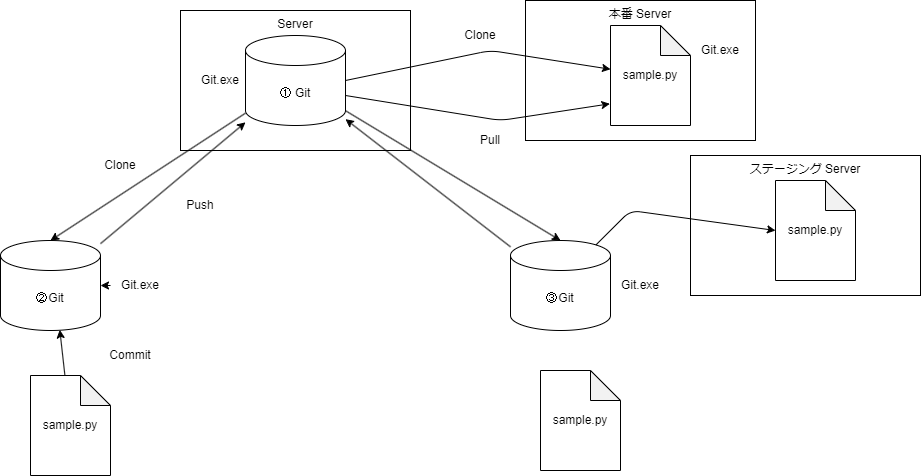
Codez-jp/2024 keeps this draw.io diagram as docs/git.drawio.png. Above is the earlier version. Source tidied: cells renumbered, new cells last; positions are measured from the earlier drawing's top-left corner, leaving out a move shared by most shapes.
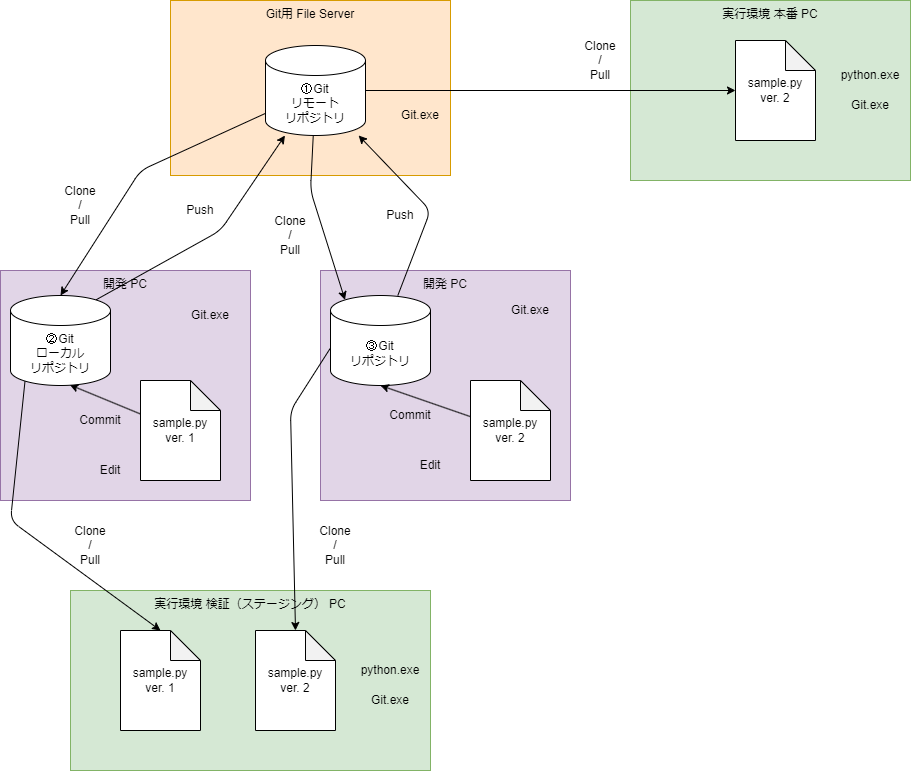
The same diagram one commit later.

Commit message:
mod fig of git work flow

What changed in the source:
```diff
@@ -2,101 +2,149 @@
   <root>
     <mxCell id="0" />
     <mxCell id="1" parent="0" />
+    <mxCell id="30" value="開発 PC" style="rounded=0;whiteSpace=wrap;html=1;verticalAlign=top;fillColor=#e1d5e7;strokeColor=#9673a6;" parent="1" vertex="1">
+      <mxGeometry x="300" y="305" width="250" height="230" as="geometry" />
+    </mxCell>
+    <mxCell id="31" value="開発 PC" style="rounded=0;whiteSpace=wrap;html=1;verticalAlign=top;fillColor=#e1d5e7;strokeColor=#9673a6;" parent="1" vertex="1">
+      <mxGeometry x="-20" y="305" width="250" height="230" as="geometry" />
+    </mxCell>
+    <mxCell id="27" value="実行環境 検証（ステージング） PC" style="rounded=0;whiteSpace=wrap;html=1;verticalAlign=top;fillColor=#d5e8d4;strokeColor=#82b366;" parent="1" vertex="1">
+      <mxGeometry x="50" y="625" width="360" height="180" as="geometry" />
+    </mxCell>
     <mxCell id="2" style="edgeStyle=none;html=1;entryX=0.593;entryY=0.993;entryDx=0;entryDy=0;entryPerimeter=0;" parent="1" edge="1" source="3" target="9">
       <mxGeometry relative="1" as="geometry" />
     </mxCell>
-    <mxCell id="3" value="sample.py" style="shape=note;whiteSpace=wrap;html=1;backgroundOutline=1;darkOpacity=0.05;" parent="1" vertex="1">
-      <mxGeometry x="30" y="375" width="80" height="100" as="geometry" />
+    <mxCell id="3" value="sample.py&lt;br&gt;ver. 1" style="shape=note;whiteSpace=wrap;html=1;backgroundOutline=1;darkOpacity=0.05;" parent="1" vertex="1">
+      <mxGeometry x="120" y="415" width="80" height="100" as="geometry" />
     </mxCell>
-    <mxCell id="4" value="Server" style="rounded=0;whiteSpace=wrap;html=1;verticalAlign=top;" parent="1" vertex="1">
-      <mxGeometry x="180" y="10" width="230" height="140" as="geometry" />
+    <mxCell id="4" value="Git用 File Server" style="rounded=0;whiteSpace=wrap;html=1;verticalAlign=top;fillColor=#ffe6cc;strokeColor=#d79b00;" parent="1" vertex="1">
+      <mxGeometry x="150" y="35" width="280" height="175" as="geometry" />
     </mxCell>
     <mxCell id="5" style="edgeStyle=none;html=1;entryX=0.5;entryY=0;entryDx=0;entryDy=0;entryPerimeter=0;" parent="1" edge="1" source="7" target="9">
-      <mxGeometry relative="1" as="geometry" />
+      <mxGeometry relative="1" as="geometry">
+        <Array as="points">
+          <mxPoint x="120" y="205" />
+        </Array>
+      </mxGeometry>
     </mxCell>
-    <mxCell id="6" style="edgeStyle=none;html=1;entryX=0.5;entryY=0;entryDx=0;entryDy=0;entryPerimeter=0;" parent="1" edge="1" source="7" target="11">
-      <mxGeometry relative="1" as="geometry" />
+    <mxCell id="6" style="edgeStyle=none;html=1;entryX=0.145;entryY=0;entryDx=0;entryDy=4.35;entryPerimeter=0;" parent="1" edge="1" source="7" target="11">
+      <mxGeometry relative="1" as="geometry">
+        <Array as="points">
+          <mxPoint x="290" y="225" />
+        </Array>
+      </mxGeometry>
     </mxCell>
-    <mxCell id="7" value="① Git" style="shape=cylinder3;whiteSpace=wrap;html=1;boundedLbl=1;backgroundOutline=1;size=15;" parent="1" vertex="1">
-      <mxGeometry x="245" y="35" width="100" height="90" as="geometry" />
+    <mxCell id="7" value="①Git&lt;br&gt;リモート&lt;br&gt;リポジトリ" style="shape=cylinder3;whiteSpace=wrap;html=1;boundedLbl=1;backgroundOutline=1;size=15;" parent="1" vertex="1">
+      <mxGeometry x="245" y="80" width="100" height="90" as="geometry" />
     </mxCell>
-    <mxCell id="8" style="edgeStyle=none;html=1;" parent="1" edge="1" source="9" target="7">
-      <mxGeometry relative="1" as="geometry" />
+    <mxCell id="8" style="edgeStyle=none;html=1;exitX=0.855;exitY=0;exitDx=0;exitDy=4.35;exitPerimeter=0;" parent="1" edge="1" source="9" target="7">
+      <mxGeometry relative="1" as="geometry">
+        <Array as="points">
+          <mxPoint x="200" y="265" />
+        </Array>
+      </mxGeometry>
     </mxCell>
-    <mxCell id="9" value="②Git" style="shape=cylinder3;whiteSpace=wrap;html=1;boundedLbl=1;backgroundOutline=1;size=15;" parent="1" vertex="1">
-      <mxGeometry y="240" width="100" height="90" as="geometry" />
+    <mxCell id="9" value="②Git&lt;br&gt;ローカル&lt;br&gt;リポジトリ" style="shape=cylinder3;whiteSpace=wrap;html=1;boundedLbl=1;backgroundOutline=1;size=15;" parent="1" vertex="1">
+      <mxGeometry x="-10" y="330" width="100" height="90" as="geometry" />
     </mxCell>
     <mxCell id="10" style="edgeStyle=none;html=1;" parent="1" edge="1" source="11" target="7">
-      <mxGeometry relative="1" as="geometry" />
+      <mxGeometry relative="1" as="geometry">
+        <Array as="points">
+          <mxPoint x="410" y="245" />
+        </Array>
+      </mxGeometry>
     </mxCell>
-    <mxCell id="11" value="③Git" style="shape=cylinder3;whiteSpace=wrap;html=1;boundedLbl=1;backgroundOutline=1;size=15;" parent="1" vertex="1">
-      <mxGeometry x="510" y="240" width="100" height="90" as="geometry" />
+    <mxCell id="11" value="③Git&lt;br&gt;リポジトリ" style="shape=cylinder3;whiteSpace=wrap;html=1;boundedLbl=1;backgroundOutline=1;size=15;" parent="1" vertex="1">
+      <mxGeometry x="310" y="330" width="100" height="90" as="geometry" />
     </mxCell>
+    <mxCell id="32" style="edgeStyle=none;html=1;entryX=0.5;entryY=1;entryDx=0;entryDy=0;entryPerimeter=0;" parent="1" edge="1" source="12" target="11">
+      <mxGeometry relative="1" as="geometry" />
+    </mxCell>
-    <mxCell id="12" value="sample.py" style="shape=note;whiteSpace=wrap;html=1;backgroundOutline=1;darkOpacity=0.05;" parent="1" vertex="1">
-      <mxGeometry x="540" y="370" width="80" height="100" as="geometry" />
+    <mxCell id="12" value="sample.py&lt;br&gt;ver. 2" style="shape=note;whiteSpace=wrap;html=1;backgroundOutline=1;darkOpacity=0.05;" parent="1" vertex="1">
+      <mxGeometry x="450" y="415" width="80" height="100" as="geometry" />
     </mxCell>
-    <mxCell id="13" value="本番 Server" style="rounded=0;whiteSpace=wrap;html=1;verticalAlign=top;" parent="1" vertex="1">
-      <mxGeometry x="525" width="230" height="140" as="geometry" />
+    <mxCell id="13" value="実行環境 本番 PC" style="rounded=0;whiteSpace=wrap;html=1;verticalAlign=top;fillColor=#d5e8d4;strokeColor=#82b366;" parent="1" vertex="1">
+      <mxGeometry x="610" y="35" width="280" height="180" as="geometry" />
     </mxCell>
-    <mxCell id="14" value="sample.py" style="shape=note;whiteSpace=wrap;html=1;backgroundOutline=1;darkOpacity=0.05;" parent="1" vertex="1">
-      <mxGeometry x="610" y="25" width="80" height="100" as="geometry" />
+    <mxCell id="14" value="sample.py&lt;br&gt;ver. 2" style="shape=note;whiteSpace=wrap;html=1;backgroundOutline=1;darkOpacity=0.05;" parent="1" vertex="1">
+      <mxGeometry x="715" y="75" width="80" height="100" as="geometry" />
     </mxCell>
-    <mxCell id="15" style="edgeStyle=none;html=1;" parent="1" edge="1" source="16" target="9">
-      <mxGeometry relative="1" as="geometry" />
-    </mxCell>
     <mxCell id="16" value="Git.exe" style="text;html=1;strokeColor=none;fillColor=none;align=center;verticalAlign=middle;whiteSpace=wrap;rounded=0;" parent="1" vertex="1">
-      <mxGeometry x="110" y="270" width="60" height="30" as="geometry" />
+      <mxGeometry x="160" y="335" width="60" height="30" as="geometry" />
     </mxCell>
     <mxCell id="17" value="Git.exe" style="text;html=1;strokeColor=none;fillColor=none;align=center;verticalAlign=middle;whiteSpace=wrap;rounded=0;" parent="1" vertex="1">
-      <mxGeometry x="610" y="270" width="60" height="30" as="geometry" />
+      <mxGeometry x="340" y="720" width="60" height="30" as="geometry" />
     </mxCell>
     <mxCell id="18" value="Git.exe" style="text;html=1;strokeColor=none;fillColor=none;align=center;verticalAlign=middle;whiteSpace=wrap;rounded=0;" parent="1" vertex="1">
-      <mxGeometry x="190" y="65" width="60" height="30" as="geometry" />
+      <mxGeometry x="370" y="135" width="60" height="30" as="geometry" />
     </mxCell>
-    <mxCell id="19" value="Clone" style="text;html=1;strokeColor=none;fillColor=none;align=center;verticalAlign=middle;whiteSpace=wrap;rounded=0;" parent="1" vertex="1">
-      <mxGeometry x="90" y="150" width="60" height="30" as="geometry" />
+    <mxCell id="19" value="Clone&lt;br&gt;/&lt;br&gt;Pull" style="text;html=1;strokeColor=none;fillColor=none;align=center;verticalAlign=middle;whiteSpace=wrap;rounded=0;" parent="1" vertex="1">
+      <mxGeometry x="30" y="225" width="60" height="30" as="geometry" />
     </mxCell>
     <mxCell id="20" value="Commit" style="text;html=1;strokeColor=none;fillColor=none;align=center;verticalAlign=middle;whiteSpace=wrap;rounded=0;" parent="1" vertex="1">
-      <mxGeometry x="100" y="340" width="60" height="30" as="geometry" />
+      <mxGeometry x="50" y="440" width="60" height="30" as="geometry" />
     </mxCell>
     <mxCell id="21" value="Push" style="text;html=1;strokeColor=none;fillColor=none;align=center;verticalAlign=middle;whiteSpace=wrap;rounded=0;" parent="1" vertex="1">
-      <mxGeometry x="170" y="190" width="60" height="30" as="geometry" />
+      <mxGeometry x="150" y="230" width="60" height="30" as="geometry" />
     </mxCell>
     <mxCell id="22" style="edgeStyle=none;html=1;exitX=1;exitY=0.5;exitDx=0;exitDy=0;exitPerimeter=0;" parent="1" edge="1" source="7" target="14">
-      <mxGeometry relative="1" as="geometry">
-        <Array as="points">
-          <mxPoint x="490" y="50" />
-        </Array>
-      </mxGeometry>
+      <mxGeometry relative="1" as="geometry" />
     </mxCell>
     <mxCell id="23" value="Git.exe" style="text;html=1;strokeColor=none;fillColor=none;align=center;verticalAlign=middle;whiteSpace=wrap;rounded=0;" parent="1" vertex="1">
-      <mxGeometry x="690" y="35" width="60" height="30" as="geometry" />
+      <mxGeometry x="820" y="125" width="60" height="30" as="geometry" />
     </mxCell>
-    <mxCell id="24" value="Clone" style="text;html=1;strokeColor=none;fillColor=none;align=center;verticalAlign=middle;whiteSpace=wrap;rounded=0;" parent="1" vertex="1">
-      <mxGeometry x="450" y="20" width="60" height="30" as="geometry" />
+    <mxCell id="24" value="Clone&lt;br&gt;/&lt;br&gt;Pull" style="text;html=1;strokeColor=none;fillColor=none;align=center;verticalAlign=middle;whiteSpace=wrap;rounded=0;" parent="1" vertex="1">
+      <mxGeometry x="550" y="80" width="60" height="30" as="geometry" />
     </mxCell>
-    <mxCell id="25" style="edgeStyle=none;html=1;exitX=1;exitY=0;exitDx=0;exitDy=60;exitPerimeter=0;entryX=-0.008;entryY=0.783;entryDx=0;entryDy=0;entryPerimeter=0;" parent="1" edge="1" source="7" target="14">
-      <mxGeometry relative="1" as="geometry">
-        <Array as="points">
-          <mxPoint x="500" y="120" />
-        </Array>
-      </mxGeometry>
-    </mxCell>
-    <mxCell id="26" value="Pull" style="text;html=1;strokeColor=none;fillColor=none;align=center;verticalAlign=middle;whiteSpace=wrap;rounded=0;" parent="1" vertex="1">
-      <mxGeometry x="460" y="125" width="60" height="30" as="geometry" />
-    </mxCell>
-    <mxCell id="27" value="ステージング Server" style="rounded=0;whiteSpace=wrap;html=1;verticalAlign=top;" parent="1" vertex="1">
-      <mxGeometry x="690" y="155" width="230" height="140" as="geometry" />
-    </mxCell>
-    <mxCell id="28" value="sample.py" style="shape=note;whiteSpace=wrap;html=1;backgroundOutline=1;darkOpacity=0.05;" parent="1" vertex="1">
-      <mxGeometry x="775" y="180" width="80" height="100" as="geometry" />
+    <mxCell id="28" value="sample.py&lt;br&gt;ver. 2" style="shape=note;whiteSpace=wrap;html=1;backgroundOutline=1;darkOpacity=0.05;" parent="1" vertex="1">
+      <mxGeometry x="235" y="665" width="80" height="100" as="geometry" />
     </mxCell>
-    <mxCell id="29" style="edgeStyle=none;html=1;exitX=0.855;exitY=0;exitDx=0;exitDy=4.35;exitPerimeter=0;entryX=0;entryY=0.5;entryDx=0;entryDy=0;entryPerimeter=0;" parent="1" edge="1" source="11" target="28">
+    <mxCell id="29" style="edgeStyle=none;html=1;exitX=-0.006;exitY=0.593;exitDx=0;exitDy=0;exitPerimeter=0;entryX=0.5;entryY=0;entryDx=0;entryDy=0;entryPerimeter=0;" parent="1" edge="1" source="11" target="28">
       <mxGeometry relative="1" as="geometry">
         <Array as="points">
-          <mxPoint x="630" y="210" />
+          <mxPoint x="270" y="445" />
         </Array>
       </mxGeometry>
     </mxCell>
+    <mxCell id="33" value="Clone&lt;br&gt;/&lt;br&gt;Pull" style="text;html=1;strokeColor=none;fillColor=none;align=center;verticalAlign=middle;whiteSpace=wrap;rounded=0;" parent="1" vertex="1">
+      <mxGeometry x="240" y="255" width="60" height="30" as="geometry" />
+    </mxCell>
+    <mxCell id="34" value="Push" style="text;html=1;strokeColor=none;fillColor=none;align=center;verticalAlign=middle;whiteSpace=wrap;rounded=0;" parent="1" vertex="1">
+      <mxGeometry x="350" y="235" width="60" height="30" as="geometry" />
+    </mxCell>
+    <mxCell id="35" value="python.exe" style="text;html=1;strokeColor=none;fillColor=none;align=center;verticalAlign=middle;whiteSpace=wrap;rounded=0;" parent="1" vertex="1">
+      <mxGeometry x="820" y="95" width="60" height="30" as="geometry" />
+    </mxCell>
+    <mxCell id="36" value="python.exe" style="text;html=1;strokeColor=none;fillColor=none;align=center;verticalAlign=middle;whiteSpace=wrap;rounded=0;" parent="1" vertex="1">
+      <mxGeometry x="340" y="690" width="60" height="30" as="geometry" />
+    </mxCell>
+    <mxCell id="37" value="Edit" style="text;html=1;strokeColor=none;fillColor=none;align=center;verticalAlign=middle;whiteSpace=wrap;rounded=0;" parent="1" vertex="1">
+      <mxGeometry x="60" y="490" width="60" height="30" as="geometry" />
+    </mxCell>
+    <mxCell id="38" value="Git.exe" style="text;html=1;strokeColor=none;fillColor=none;align=center;verticalAlign=middle;whiteSpace=wrap;rounded=0;" parent="1" vertex="1">
+      <mxGeometry x="480" y="330" width="60" height="30" as="geometry" />
+    </mxCell>
+    <mxCell id="39" value="Commit" style="text;html=1;strokeColor=none;fillColor=none;align=center;verticalAlign=middle;whiteSpace=wrap;rounded=0;" parent="1" vertex="1">
+      <mxGeometry x="360" y="435" width="60" height="30" as="geometry" />
+    </mxCell>
+    <mxCell id="40" value="Edit" style="text;html=1;strokeColor=none;fillColor=none;align=center;verticalAlign=middle;whiteSpace=wrap;rounded=0;" parent="1" vertex="1">
+      <mxGeometry x="380" y="485" width="60" height="30" as="geometry" />
+    </mxCell>
+    <mxCell id="41" value="Clone&lt;br&gt;/&lt;br&gt;Pull" style="text;html=1;strokeColor=none;fillColor=none;align=center;verticalAlign=middle;whiteSpace=wrap;rounded=0;" parent="1" vertex="1">
+      <mxGeometry x="285" y="565" width="60" height="30" as="geometry" />
+    </mxCell>
+    <mxCell id="42" value="sample.py&lt;br&gt;ver. 1" style="shape=note;whiteSpace=wrap;html=1;backgroundOutline=1;darkOpacity=0.05;" parent="1" vertex="1">
+      <mxGeometry x="100" y="665" width="80" height="100" as="geometry" />
+    </mxCell>
+    <mxCell id="43" style="edgeStyle=none;html=1;entryX=0.5;entryY=0;entryDx=0;entryDy=0;entryPerimeter=0;exitX=0.145;exitY=1;exitDx=0;exitDy=-4.35;exitPerimeter=0;" parent="1" edge="1" source="9" target="42">
+      <mxGeometry relative="1" as="geometry">
+        <Array as="points">
+          <mxPoint x="-10" y="555" />
+        </Array>
+      </mxGeometry>
+    </mxCell>
+    <mxCell id="44" value="Clone&lt;br&gt;/&lt;br&gt;Pull" style="text;html=1;strokeColor=none;fillColor=none;align=center;verticalAlign=middle;whiteSpace=wrap;rounded=0;" parent="1" vertex="1">
+      <mxGeometry x="40" y="565" width="60" height="30" as="geometry" />
+    </mxCell>
   </root>
 </mxGraphModel>
```
